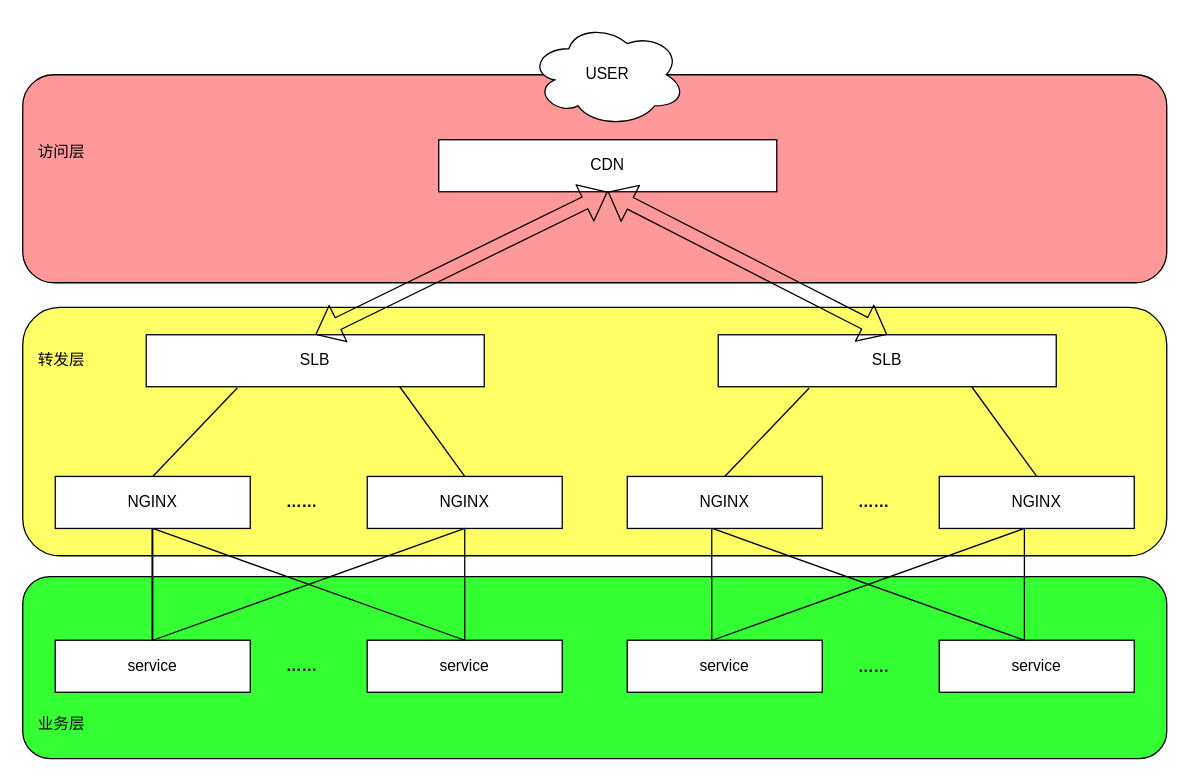
Earlier version of the draw.io diagram page "安全防护" (3 of 5) of Untitled Diagram.drawio (RalapZ/golearn). Source tidied: cells renumbered, new cells numbered last; positions are measured from the earlier drawing's top-left corner, leaving out a move shared by most shapes. Both pictures are drawn from the tidied source at 130%, with x=0, y=0 at pixel (22, 22).
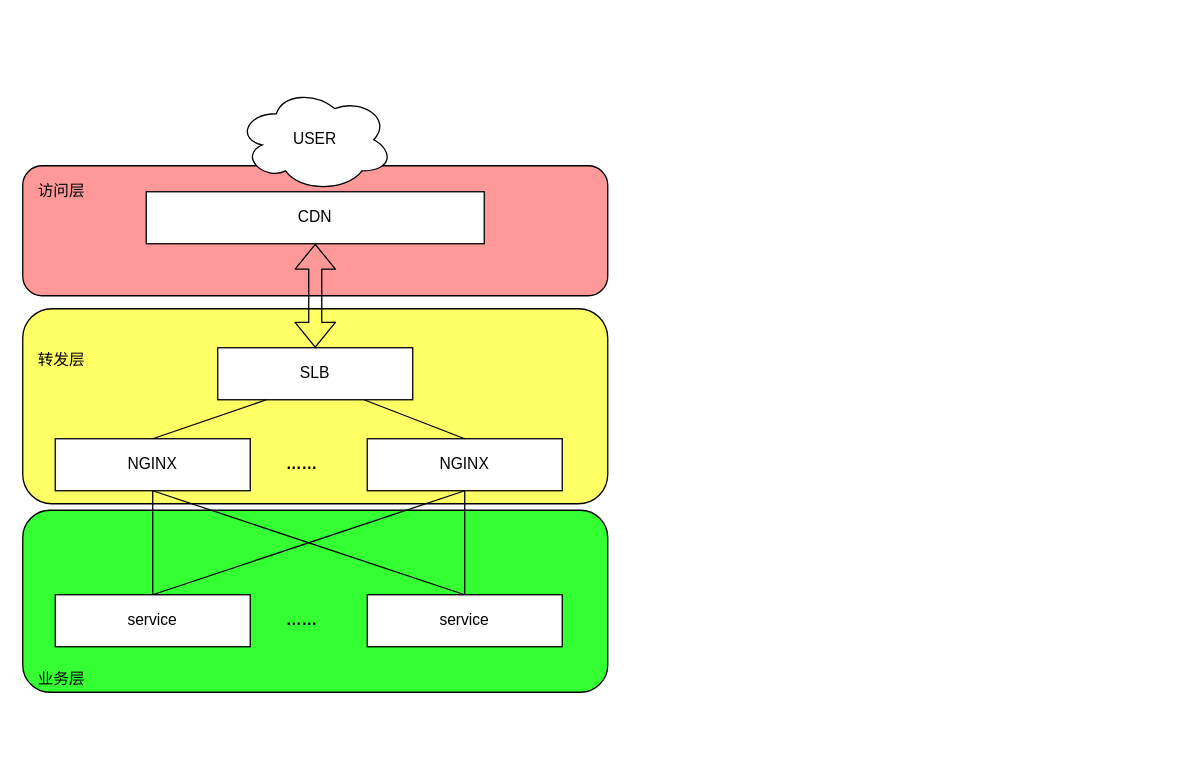
The same page after the edit.

Change to the diagram source:
```diff
@@
     <mxCell id="2" style="rounded=1;whiteSpace=wrap;html=1;fillColor=#33FF33;" parent="1" vertex="1">
-      <mxGeometry y="426" width="880" height="140" as="geometry" />
+      <mxGeometry y="375" width="450" height="140" as="geometry" />
     </mxCell>
     <mxCell id="3" style="rounded=1;whiteSpace=wrap;html=1;fillColor=#FFFF66;" parent="1" vertex="1">
-      <mxGeometry y="219" width="880" height="191" as="geometry" />
+      <mxGeometry y="220" width="450" height="150" as="geometry" />
     </mxCell>
     <mxCell id="4" style="rounded=1;whiteSpace=wrap;html=1;fillColor=#FF9999;" parent="1" vertex="1">
-      <mxGeometry y="40" width="880" height="160" as="geometry" />
+      <mxGeometry y="110" width="450" height="100" as="geometry" />
     </mxCell>
     <mxCell id="5" value="CDN" style="rounded=0;whiteSpace=wrap;html=1;" parent="1" vertex="1">
-      <mxGeometry x="320" y="90" width="260" height="40" as="geometry" />
+      <mxGeometry x="95" y="130" width="260" height="40" as="geometry" />
     </mxCell>
     <mxCell id="6" value="SLB" style="rounded=0;whiteSpace=wrap;html=1;" parent="1" vertex="1">
-      <mxGeometry x="95" y="240" width="260" height="40" as="geometry" />
+      <mxGeometry x="150" y="250" width="150" height="40" as="geometry" />
     </mxCell>
     <mxCell id="7" value="NGINX" style="rounded=0;whiteSpace=wrap;html=1;" parent="1" vertex="1">
-      <mxGeometry x="25" y="349" width="150" height="40" as="geometry" />
+      <mxGeometry x="25" y="320" width="150" height="40" as="geometry" />
     </mxCell>
     <mxCell id="8" value="NGINX" style="rounded=0;whiteSpace=wrap;html=1;" parent="1" vertex="1">
-      <mxGeometry x="265" y="349" width="150" height="40" as="geometry" />
+      <mxGeometry x="265" y="320" width="150" height="40" as="geometry" />
     </mxCell>
     <mxCell id="9" value="……" style="text;html=1;strokeColor=none;fillColor=none;align=center;verticalAlign=middle;whiteSpace=wrap;rounded=0;fontStyle=1;" parent="1" vertex="1">
-      <mxGeometry x="195" y="359" width="40" height="20" as="geometry" />
+      <mxGeometry x="195" y="330" width="40" height="20" as="geometry" />
     </mxCell>
-    <mxCell id="10" style="endArrow=none;html=1;exitX=0.5;exitY=0;exitDx=0;exitDy=0;" parent="1" edge="1" source="7">
-      <mxGeometry relative="1" as="geometry">
-        <mxPoint x="165" y="281" as="targetPoint" />
-      </mxGeometry>
+    <mxCell id="10" style="endArrow=none;html=1;exitX=0.5;exitY=0;exitDx=0;exitDy=0;entryX=0.25;entryY=1;entryDx=0;entryDy=0;" parent="1" edge="1" source="7" target="6">
+      <mxGeometry relative="1" as="geometry" />
     </mxCell>
@@
-    <mxCell id="12" value="SLB" style="rounded=0;whiteSpace=wrap;html=1;" parent="1" vertex="1">
-      <mxGeometry x="535" y="240" width="260" height="40" as="geometry" />
-    </mxCell>
-    <mxCell id="13" value="NGINX" style="rounded=0;whiteSpace=wrap;html=1;" parent="1" vertex="1">
-      <mxGeometry x="465" y="349" width="150" height="40" as="geometry" />
-    </mxCell>
-    <mxCell id="14" value="NGINX" style="rounded=0;whiteSpace=wrap;html=1;" parent="1" vertex="1">
-      <mxGeometry x="705" y="349" width="150" height="40" as="geometry" />
-    </mxCell>
-    <mxCell id="15" value="……" style="text;html=1;strokeColor=none;fillColor=none;align=center;verticalAlign=middle;whiteSpace=wrap;rounded=0;fontStyle=1;" parent="1" vertex="1">
-      <mxGeometry x="635" y="359" width="40" height="20" as="geometry" />
-    </mxCell>
-    <mxCell id="16" style="endArrow=none;html=1;exitX=0.5;exitY=0;exitDx=0;exitDy=0;" parent="1" edge="1" source="13">
-      <mxGeometry relative="1" as="geometry">
-        <mxPoint x="605" y="281" as="targetPoint" />
-      </mxGeometry>
-    </mxCell>
-    <mxCell id="17" style="endArrow=none;html=1;entryX=0.75;entryY=1;entryDx=0;entryDy=0;exitX=0.5;exitY=0;exitDx=0;exitDy=0;" parent="1" edge="1" source="14" target="12">
-      <mxGeometry relative="1" as="geometry" />
-    </mxCell>
@@
-    <mxCell id="19" style="shape=flexArrow;endArrow=classic;startArrow=classic;html=1;entryX=0.5;entryY=1;entryDx=0;entryDy=0;exitX=0.5;exitY=0;exitDx=0;exitDy=0;" parent="1" edge="1" source="12" target="5">
-      <mxGeometry relative="1" as="geometry" />
-    </mxCell>
     <mxCell id="20" value="USER" style="ellipse;shape=cloud;whiteSpace=wrap;html=1;" parent="1" vertex="1">
-      <mxGeometry x="390" width="120" height="80" as="geometry" />
+      <mxGeometry x="165" y="50" width="120" height="80" as="geometry" />
     </mxCell>
     <mxCell id="21" value="service" style="rounded=0;whiteSpace=wrap;html=1;" parent="1" vertex="1">
-      <mxGeometry x="25" y="475" width="150" height="40" as="geometry" />
+      <mxGeometry x="25" y="440" width="150" height="40" as="geometry" />
     </mxCell>
     <mxCell id="22" value="service" style="rounded=0;whiteSpace=wrap;html=1;" parent="1" vertex="1">
-      <mxGeometry x="265" y="475" width="150" height="40" as="geometry" />
+      <mxGeometry x="265" y="440" width="150" height="40" as="geometry" />
     </mxCell>
     <mxCell id="23" value="……" style="text;html=1;strokeColor=none;fillColor=none;align=center;verticalAlign=middle;whiteSpace=wrap;rounded=0;fontStyle=1;" parent="1" vertex="1">
-      <mxGeometry x="195" y="485" width="40" height="20" as="geometry" />
+      <mxGeometry x="195" y="450" width="40" height="20" as="geometry" />
     </mxCell>
@@
     <mxCell id="27" style="endArrow=none;html=1;exitX=0.5;exitY=0;exitDx=0;exitDy=0;" parent="1" edge="1" source="21">
       <mxGeometry relative="1" as="geometry">
-        <mxPoint x="340" y="389" as="targetPoint" />
+        <mxPoint x="340" y="360" as="targetPoint" />
       </mxGeometry>
     </mxCell>
-    <mxCell id="28" value="service" style="rounded=0;whiteSpace=wrap;html=1;" parent="1" vertex="1">
-      <mxGeometry x="465" y="475" width="150" height="40" as="geometry" />
-    </mxCell>
-    <mxCell id="29" value="service" style="rounded=0;whiteSpace=wrap;html=1;" parent="1" vertex="1">
-      <mxGeometry x="705" y="475" width="150" height="40" as="geometry" />
-    </mxCell>
-    <mxCell id="30" value="……" style="text;html=1;strokeColor=none;fillColor=none;align=center;verticalAlign=middle;whiteSpace=wrap;rounded=0;fontStyle=1;" parent="1" vertex="1">
-      <mxGeometry x="635" y="486" width="40" height="20" as="geometry" />
-    </mxCell>
-    <mxCell id="31" style="endArrow=none;html=1;exitX=0.5;exitY=1;exitDx=0;exitDy=0;entryX=0.5;entryY=0;entryDx=0;entryDy=0;" parent="1" edge="1">
-      <mxGeometry relative="1" as="geometry">
-        <mxPoint x="99.5" y="389" as="sourcePoint" />
-        <mxPoint x="99.5" y="475" as="targetPoint" />
-      </mxGeometry>
-    </mxCell>
-    <mxCell id="32" style="endArrow=none;html=1;exitX=0.5;exitY=1;exitDx=0;exitDy=0;entryX=0.5;entryY=0;entryDx=0;entryDy=0;" parent="1" edge="1">
-      <mxGeometry relative="1" as="geometry">
-        <mxPoint x="770.5" y="389" as="sourcePoint" />
-        <mxPoint x="770.5" y="475" as="targetPoint" />
-      </mxGeometry>
-    </mxCell>
-    <mxCell id="33" style="endArrow=none;html=1;exitX=0.5;exitY=1;exitDx=0;exitDy=0;entryX=0.5;entryY=0;entryDx=0;entryDy=0;" parent="1" edge="1">
-      <mxGeometry relative="1" as="geometry">
-        <mxPoint x="530.5" y="389" as="sourcePoint" />
-        <mxPoint x="770.5" y="475" as="targetPoint" />
-      </mxGeometry>
-    </mxCell>
-    <mxCell id="34" style="endArrow=none;html=1;exitX=0.5;exitY=0;exitDx=0;exitDy=0;" parent="1" edge="1">
-      <mxGeometry relative="1" as="geometry">
-        <mxPoint x="530.5" y="475" as="sourcePoint" />
-        <mxPoint x="770.5" y="389" as="targetPoint" />
-      </mxGeometry>
-    </mxCell>
-    <mxCell id="35" style="endArrow=none;html=1;exitX=0.5;exitY=1;exitDx=0;exitDy=0;entryX=0.5;entryY=0;entryDx=0;entryDy=0;" parent="1" edge="1">
-      <mxGeometry relative="1" as="geometry">
-        <mxPoint x="530" y="389" as="sourcePoint" />
-        <mxPoint x="530" y="475" as="targetPoint" />
-      </mxGeometry>
-    </mxCell>
     <mxCell id="36" value="访问层" style="text;html=1;strokeColor=none;fillColor=none;align=center;verticalAlign=middle;whiteSpace=wrap;rounded=0;" parent="1" vertex="1">
-      <mxGeometry x="10" y="90" width="40" height="20" as="geometry" />
+      <mxGeometry x="10" y="120" width="40" height="20" as="geometry" />
     </mxCell>
@@
     <mxCell id="38" value="业务层" style="text;html=1;strokeColor=none;fillColor=none;align=center;verticalAlign=middle;whiteSpace=wrap;rounded=0;" parent="1" vertex="1">
-      <mxGeometry x="10" y="530" width="40" height="20" as="geometry" />
+      <mxGeometry x="10" y="495" width="40" height="20" as="geometry" />
     </mxCell>
```
